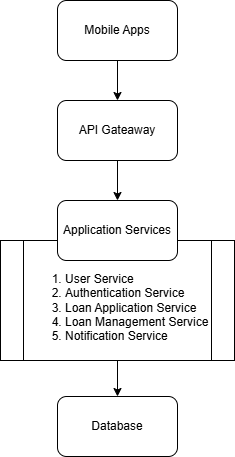
The draw.io diagram High Level Architecture.drawio.png in stirredporridge/test-application-design, before a commit. Source tidied: cells renumbered, new cells last; positions are measured from the earlier drawing's top-left corner, leaving out a move shared by most shapes.
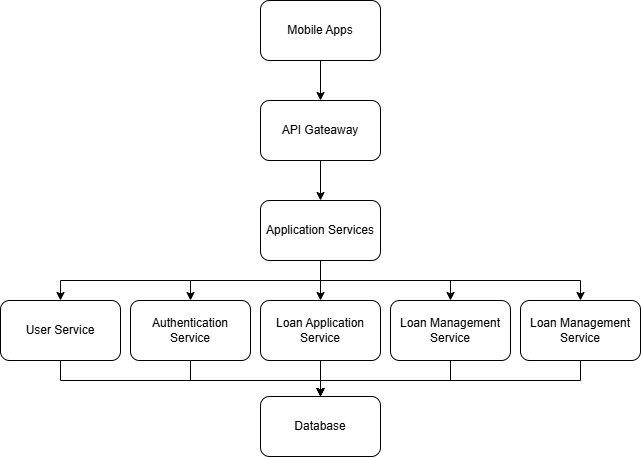
The same file after the commit.

The edit, as a diff of the source:
```diff
@@ -2,12 +2,6 @@
   <root>
     <mxCell id="0" />
     <mxCell id="1" parent="0" />
-    <mxCell id="2" style="edgeStyle=orthogonalEdgeStyle;rounded=0;jettySize=auto;html=1;entryX=0.5;entryY=0;entryDx=0;entryDy=0;" parent="1" edge="1" source="3" target="9">
-      <mxGeometry relative="1" as="geometry" />
-    </mxCell>
-    <mxCell id="3" value="&lt;div&gt;&lt;br&gt;&lt;/div&gt;&lt;ol&gt;&lt;li&gt;User Service&lt;/li&gt;&lt;li&gt;Authentication Service&lt;/li&gt;&lt;li&gt;Loan Application Service&lt;/li&gt;&lt;li&gt;Loan Management Service&lt;/li&gt;&lt;li&gt;Notification Service&lt;/li&gt;&lt;/ol&gt;" style="shape=process;whiteSpace=wrap;html=1;backgroundOutline=1;align=left;" parent="1" vertex="1">
-      <mxGeometry y="240" width="234" height="120" as="geometry" />
-    </mxCell>
     <mxCell id="4" style="edgeStyle=orthogonalEdgeStyle;rounded=0;jettySize=auto;html=1;entryX=0.5;entryY=0;entryDx=0;entryDy=0;" parent="1" edge="1" source="5" target="7">
       <mxGeometry relative="1" as="geometry" />
     </mxCell>
@@ -20,11 +14,96 @@
     <mxCell id="7" value="API Gateaway" style="rounded=1;whiteSpace=wrap;html=1;" parent="1" vertex="1">
       <mxGeometry x="57" y="100" width="120" height="60" as="geometry" />
     </mxCell>
+    <mxCell id="10" style="edgeStyle=orthogonalEdgeStyle;rounded=0;jettySize=auto;html=1;entryX=0.5;entryY=0;entryDx=0;entryDy=0;" parent="1" edge="1" source="8" target="16">
+      <mxGeometry relative="1" as="geometry">
+        <Array as="points">
+          <mxPoint x="117" y="280" />
+          <mxPoint x="-143" y="280" />
+        </Array>
+      </mxGeometry>
+    </mxCell>
+    <mxCell id="11" style="edgeStyle=orthogonalEdgeStyle;rounded=0;jettySize=auto;html=1;entryX=0.5;entryY=0;entryDx=0;entryDy=0;" parent="1" edge="1" source="8" target="18">
+      <mxGeometry relative="1" as="geometry">
+        <Array as="points">
+          <mxPoint x="117" y="280" />
+          <mxPoint x="-13" y="280" />
+        </Array>
+      </mxGeometry>
+    </mxCell>
+    <mxCell id="12" style="edgeStyle=orthogonalEdgeStyle;rounded=0;jettySize=auto;html=1;entryX=0.5;entryY=0;entryDx=0;entryDy=0;" parent="1" edge="1" source="8" target="20">
+      <mxGeometry relative="1" as="geometry" />
+    </mxCell>
+    <mxCell id="13" style="edgeStyle=orthogonalEdgeStyle;rounded=0;jettySize=auto;html=1;entryX=0.5;entryY=0;entryDx=0;entryDy=0;" parent="1" edge="1" source="8" target="22">
+      <mxGeometry relative="1" as="geometry">
+        <Array as="points">
+          <mxPoint x="117" y="280" />
+          <mxPoint x="247" y="280" />
+        </Array>
+      </mxGeometry>
+    </mxCell>
+    <mxCell id="14" style="edgeStyle=orthogonalEdgeStyle;rounded=0;jettySize=auto;html=1;" parent="1" edge="1" source="8" target="24">
+      <mxGeometry relative="1" as="geometry">
+        <Array as="points">
+          <mxPoint x="117" y="280" />
+          <mxPoint x="377" y="280" />
+        </Array>
+      </mxGeometry>
+    </mxCell>
     <mxCell id="8" value="Application Services" style="rounded=1;whiteSpace=wrap;html=1;" parent="1" vertex="1">
       <mxGeometry x="57" y="200" width="120" height="60" as="geometry" />
     </mxCell>
     <mxCell id="9" value="Database" style="rounded=1;whiteSpace=wrap;html=1;" parent="1" vertex="1">
       <mxGeometry x="57" y="396" width="120" height="60" as="geometry" />
     </mxCell>
+    <mxCell id="15" style="edgeStyle=orthogonalEdgeStyle;rounded=0;jettySize=auto;html=1;" parent="1" edge="1" source="16" target="9">
+      <mxGeometry relative="1" as="geometry">
+        <Array as="points">
+          <mxPoint x="-143" y="380" />
+          <mxPoint x="117" y="380" />
+        </Array>
+      </mxGeometry>
+    </mxCell>
+    <mxCell id="16" value="User Service" style="rounded=1;whiteSpace=wrap;html=1;" parent="1" vertex="1">
+      <mxGeometry x="-203" y="300" width="120" height="60" as="geometry" />
+    </mxCell>
+    <mxCell id="17" style="edgeStyle=orthogonalEdgeStyle;rounded=0;jettySize=auto;html=1;entryX=0.5;entryY=0;entryDx=0;entryDy=0;" parent="1" edge="1" source="18" target="9">
+      <mxGeometry relative="1" as="geometry">
+        <Array as="points">
+          <mxPoint x="-13" y="380" />
+          <mxPoint x="117" y="380" />
+        </Array>
+      </mxGeometry>
+    </mxCell>
+    <mxCell id="18" value="Authentication Service" style="rounded=1;whiteSpace=wrap;html=1;" parent="1" vertex="1">
+      <mxGeometry x="-73" y="300" width="120" height="60" as="geometry" />
+    </mxCell>
+    <mxCell id="19" style="edgeStyle=orthogonalEdgeStyle;rounded=0;jettySize=auto;html=1;entryX=0.5;entryY=0;entryDx=0;entryDy=0;" parent="1" edge="1" source="20" target="9">
+      <mxGeometry relative="1" as="geometry" />
+    </mxCell>
+    <mxCell id="20" value="Loan Application Service" style="rounded=1;whiteSpace=wrap;html=1;" parent="1" vertex="1">
+      <mxGeometry x="57" y="300" width="120" height="60" as="geometry" />
+    </mxCell>
+    <mxCell id="21" style="edgeStyle=orthogonalEdgeStyle;rounded=0;jettySize=auto;html=1;entryX=0.5;entryY=0;entryDx=0;entryDy=0;" parent="1" edge="1" source="22" target="9">
+      <mxGeometry relative="1" as="geometry">
+        <Array as="points">
+          <mxPoint x="247" y="380" />
+          <mxPoint x="117" y="380" />
+        </Array>
+      </mxGeometry>
+    </mxCell>
+    <mxCell id="22" value="Loan Management Service" style="rounded=1;whiteSpace=wrap;html=1;" parent="1" vertex="1">
+      <mxGeometry x="187" y="300" width="120" height="60" as="geometry" />
+    </mxCell>
+    <mxCell id="23" style="edgeStyle=orthogonalEdgeStyle;rounded=0;jettySize=auto;html=1;entryX=0.5;entryY=0;entryDx=0;entryDy=0;" parent="1" edge="1" source="24" target="9">
+      <mxGeometry relative="1" as="geometry">
+        <Array as="points">
+          <mxPoint x="377" y="380" />
+          <mxPoint x="117" y="380" />
+        </Array>
+      </mxGeometry>
+    </mxCell>
+    <mxCell id="24" value="Loan Management Service" style="rounded=1;whiteSpace=wrap;html=1;" parent="1" vertex="1">
+      <mxGeometry x="317" y="300" width="120" height="60" as="geometry" />
+    </mxCell>
   </root>
 </mxGraphModel>
```
